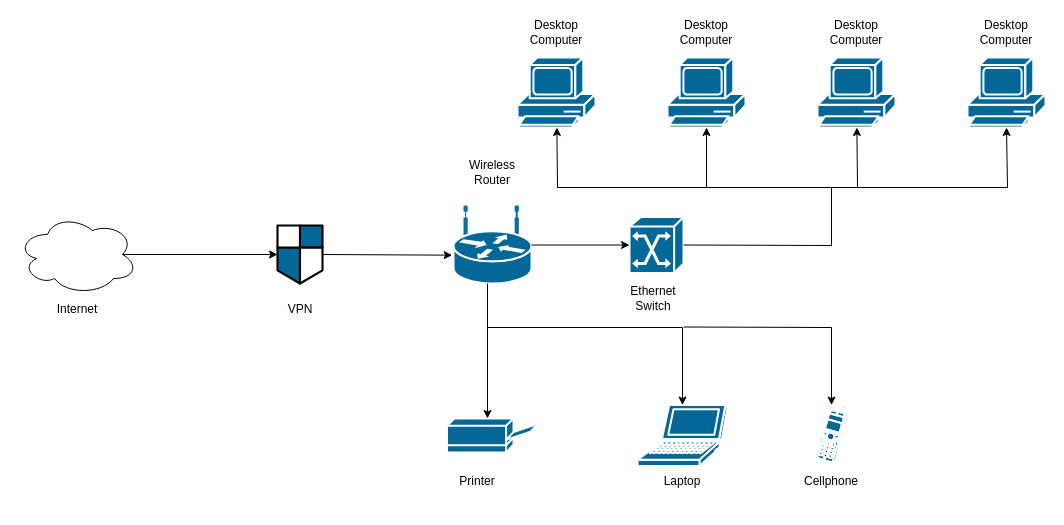
Earlier version of the draw.io diagram Network Diagram.drawio (julieeesy/Network_Diagram). Source tidied: cells renumbered, new cells numbered last; positions are measured from the earlier drawing's top-left corner, leaving out a move shared by most shapes. Both pictures are drawn from the tidied source at 100%, with x=0, y=0 at pixel (17, 17).
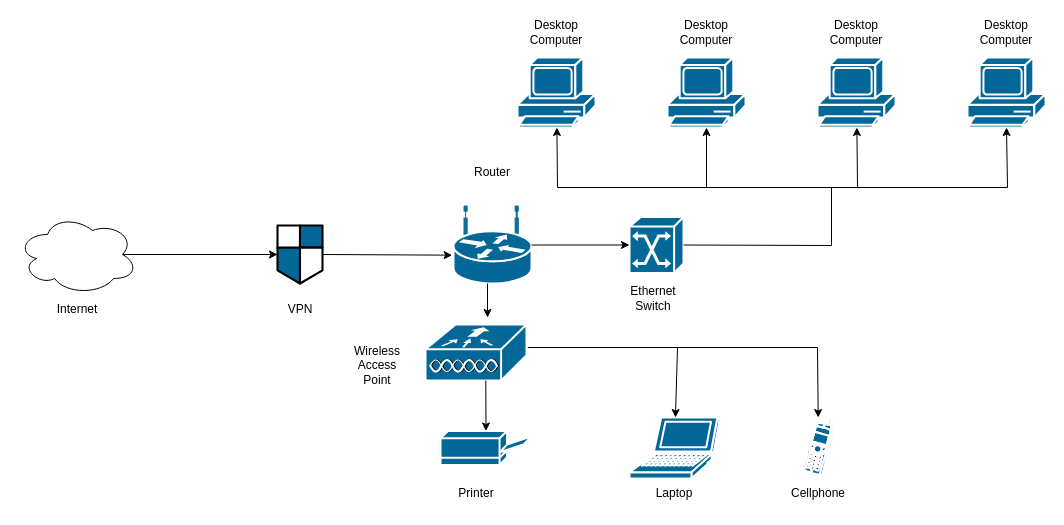
The same page after the edit.

The edit, as a diff of the source:
```diff
@@
     <mxCell id="6" style="shape=mxgraph.cisco.computers_and_peripherals.printer;sketch=0;html=1;dashed=0;fillColor=#036897;strokeColor=#ffffff;strokeWidth=2;verticalLabelPosition=bottom;verticalAlign=top;align=center;outlineConnect=0;" parent="1" vertex="1">
-      <mxGeometry x="429.5" y="401" width="91" height="34" as="geometry" />
+      <mxGeometry x="423" y="413.5" width="91" height="34" as="geometry" />
     </mxCell>
     <mxCell id="7" style="shape=mxgraph.cisco.computers_and_peripherals.laptop;sketch=0;html=1;dashed=0;fillColor=#036897;strokeColor=#ffffff;strokeWidth=2;verticalLabelPosition=bottom;verticalAlign=top;align=center;outlineConnect=0;" parent="1" vertex="1">
-      <mxGeometry x="620" y="387.5" width="90" height="61" as="geometry" />
+      <mxGeometry x="612" y="400" width="90" height="61" as="geometry" />
     </mxCell>
@@
-    <mxCell id="12" style="endArrow=classic;html=1;rounded=0;exitX=0.5;exitY=1;exitDx=0;exitDy=0;exitPerimeter=0;entryX=0.5;entryY=0;entryDx=0;entryDy=0;entryPerimeter=0;" parent="1" edge="1">
+    <mxCell id="12" style="endArrow=classic;html=1;rounded=0;exitX=0.5;exitY=1;exitDx=0;exitDy=0;exitPerimeter=0;" parent="1" edge="1">
       <mxGeometry relative="1" as="geometry">
         <mxPoint x="470" y="266" as="sourcePoint" />
-        <mxPoint x="470" y="401" as="targetPoint" />
+        <mxPoint x="470" y="300" as="targetPoint" />
       </mxGeometry>
     </mxCell>
@@
     <mxCell id="19" value="Printer" style="text;html=1;strokeColor=none;fillColor=none;align=center;verticalAlign=middle;whiteSpace=wrap;rounded=0;" parent="1" vertex="1">
-      <mxGeometry x="429.5" y="448.5" width="60" height="30" as="geometry" />
+      <mxGeometry x="428.5" y="461" width="60" height="30" as="geometry" />
     </mxCell>
     <mxCell id="20" value="Cellphone" style="text;html=1;strokeColor=none;fillColor=none;align=center;verticalAlign=middle;whiteSpace=wrap;rounded=0;" parent="1" vertex="1">
-      <mxGeometry x="784" y="448.5" width="60" height="30" as="geometry" />
+      <mxGeometry x="771" y="461" width="60" height="30" as="geometry" />
     </mxCell>
     <mxCell id="21" value="Laptop" style="text;html=1;strokeColor=none;fillColor=none;align=center;verticalAlign=middle;whiteSpace=wrap;rounded=0;" parent="1" vertex="1">
-      <mxGeometry x="635" y="448.5" width="60" height="30" as="geometry" />
+      <mxGeometry x="627" y="461" width="60" height="30" as="geometry" />
     </mxCell>
-    <mxCell id="22" value="Wireless Router" style="text;html=1;strokeColor=none;fillColor=none;align=center;verticalAlign=middle;whiteSpace=wrap;rounded=0;" parent="1" vertex="1">
+    <mxCell id="22" value="Router" style="text;html=1;strokeColor=none;fillColor=none;align=center;verticalAlign=middle;whiteSpace=wrap;rounded=0;" parent="1" vertex="1">
       <mxGeometry x="445" y="140" width="60" height="30" as="geometry" />
     </mxCell>
@@
     <mxCell id="31" style="endArrow=classic;html=1;rounded=0;" parent="1" edge="1" target="7">
       <mxGeometry relative="1" as="geometry">
-        <mxPoint x="470" y="310" as="sourcePoint" />
+        <mxPoint x="510" y="330" as="sourcePoint" />
         <Array as="points">
-          <mxPoint x="665" y="310" />
+          <mxPoint x="660" y="330" />
         </Array>
       </mxGeometry>
     </mxCell>
     <mxCell id="32" style="shape=mxgraph.cisco.modems_and_phones.cell_phone;sketch=0;html=1;dashed=0;fillColor=#036897;strokeColor=#ffffff;strokeWidth=2;verticalLabelPosition=bottom;verticalAlign=top;align=center;outlineConnect=0;" parent="1" vertex="1">
-      <mxGeometry x="797" y="387.5" width="34" height="58" as="geometry" />
+      <mxGeometry x="784" y="400" width="34" height="58" as="geometry" />
     </mxCell>
     <mxCell id="33" style="endArrow=classic;html=1;rounded=0;" parent="1" edge="1" target="32">
       <mxGeometry relative="1" as="geometry">
-        <mxPoint x="666" y="309.5" as="sourcePoint" />
+        <mxPoint x="660" y="330" as="sourcePoint" />
         <Array as="points">
-          <mxPoint x="814" y="310" />
+          <mxPoint x="800" y="330" />
         </Array>
       </mxGeometry>
     </mxCell>
+    <mxCell id="34" style="shape=mxgraph.cisco.wireless.wlan_controller;sketch=0;html=1;dashed=0;fillColor=#036897;strokeColor=#ffffff;strokeWidth=2;verticalLabelPosition=bottom;verticalAlign=top;align=center;" parent="1" vertex="1">
+      <mxGeometry x="408" y="307" width="101" height="56" as="geometry" />
+    </mxCell>
+    <mxCell id="35" value="Wireless Access &lt;br&gt;Point" style="text;html=1;strokeColor=none;fillColor=none;align=center;verticalAlign=middle;whiteSpace=wrap;rounded=0;" parent="1" vertex="1">
+      <mxGeometry x="330" y="333" width="60" height="30" as="geometry" />
+    </mxCell>
+    <mxCell id="36" style="endArrow=classic;html=1;rounded=0;exitX=0.5;exitY=1;exitDx=0;exitDy=0;exitPerimeter=0;entryX=0.5;entryY=0;entryDx=0;entryDy=0;entryPerimeter=0;" parent="1" edge="1" target="6">
+      <mxGeometry relative="1" as="geometry">
+        <mxPoint x="468.3" y="363" as="sourcePoint" />
+      </mxGeometry>
+    </mxCell>
```
